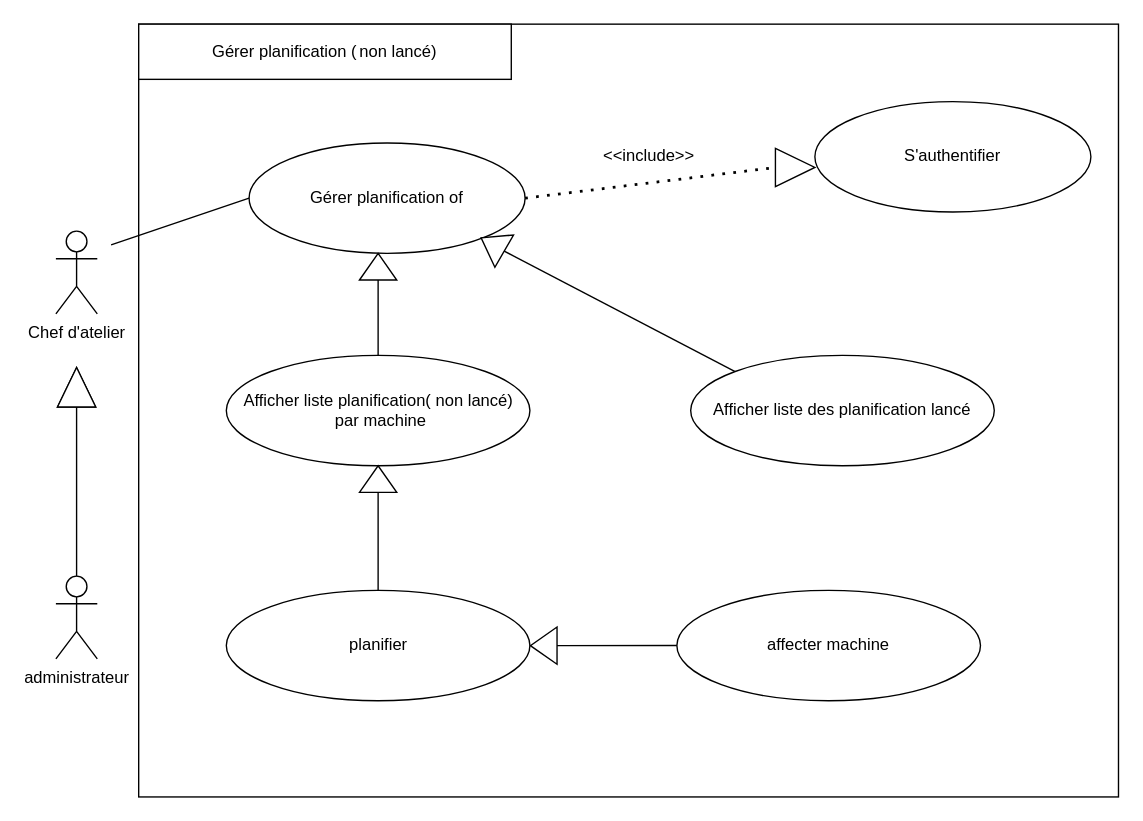
Earlier version of the draw.io diagram GérerPlanificationParMachine.drawio (AbdelazizBs/GPAO-SpringApp). Source tidied: cells renumbered, new cells numbered last; positions are measured from the earlier drawing's top-left corner, leaving out a move shared by most shapes. Both pictures are drawn from the tidied source at 138%, with x=0, y=0 at pixel (55, 23).
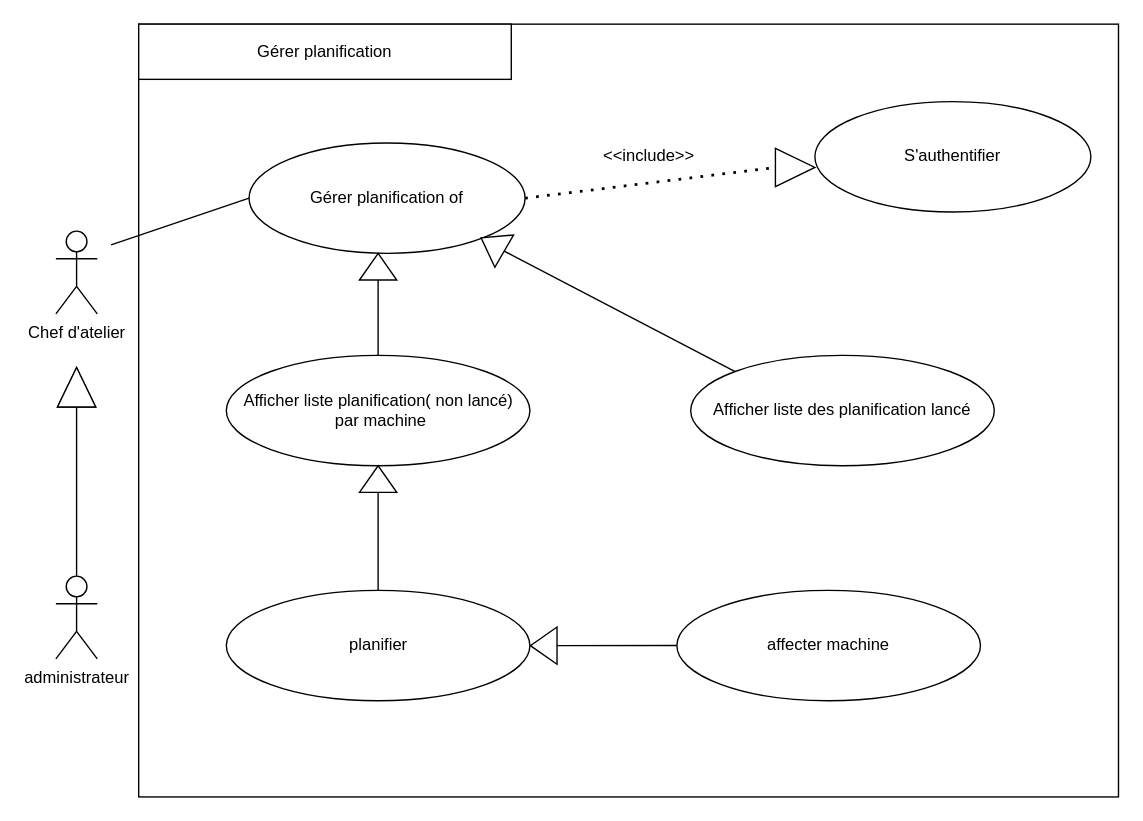
Above is the later version.

Commit message:
Mettre à jour GérerPlanificationParMachine.drawio

Change to the diagram source:
```diff
@@
-    <mxCell id="16" value="Gérer planification (&lt;span style=&quot;white-space: pre;&quot;&gt;&#9;&lt;/span&gt;non lancé)" style="rounded=0;whiteSpace=wrap;html=1;" parent="1" vertex="1">
+    <mxCell id="16" value="Gérer planification" style="rounded=0;whiteSpace=wrap;html=1;" parent="1" vertex="1">
       <mxGeometry x="60" width="270" height="40" as="geometry" />
     </mxCell>
```
